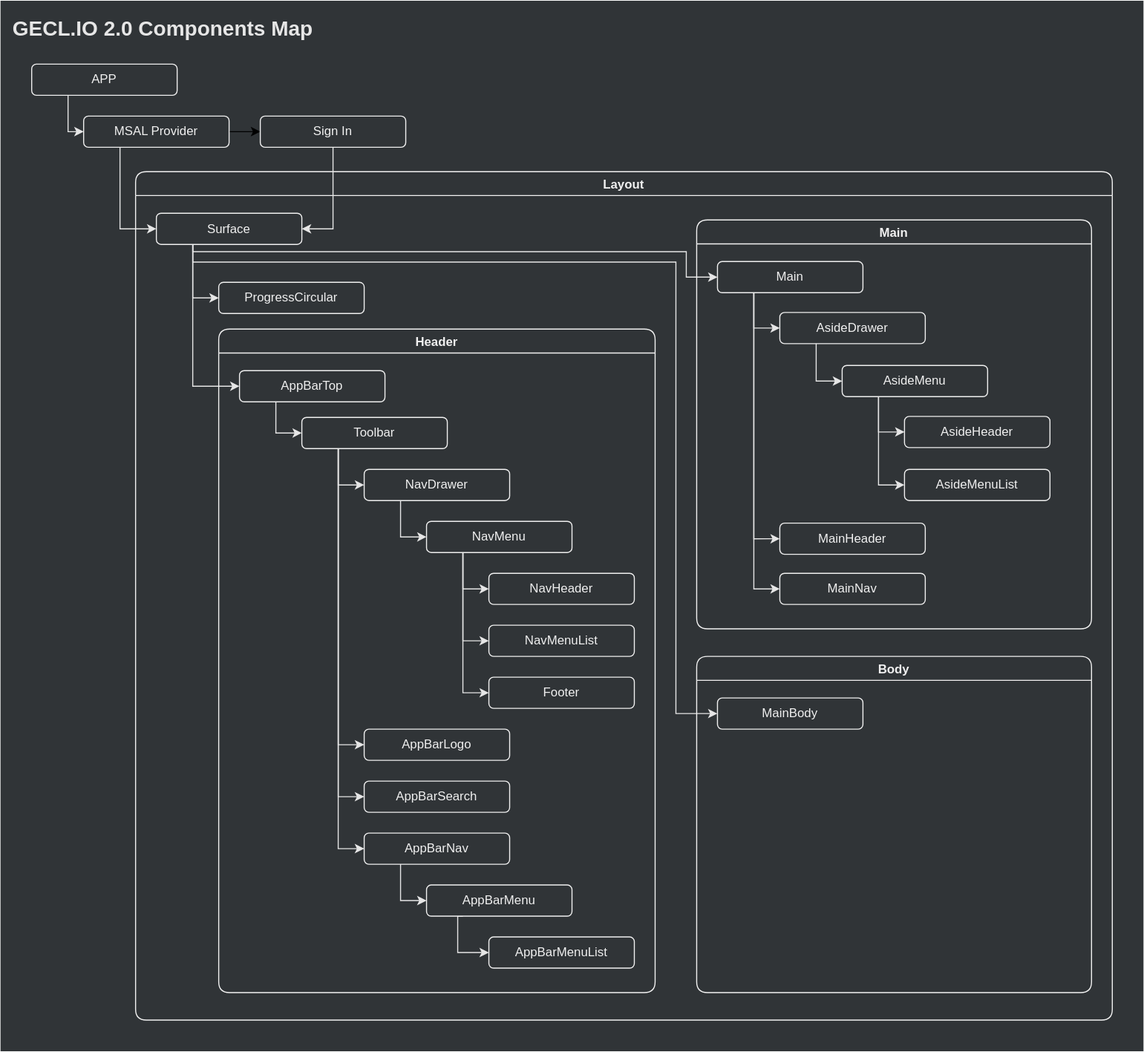
jiholee-ntwglobal/jiholee-ntwglobal.github.io keeps this draw.io diagram as assets/.draw.io/documents/geclio2-components-diagram.svg. Above is the earlier version. Source tidied: cells renumbered, new cells last; positions are measured from the earlier drawing's top-left corner, leaving out a move shared by most shapes.
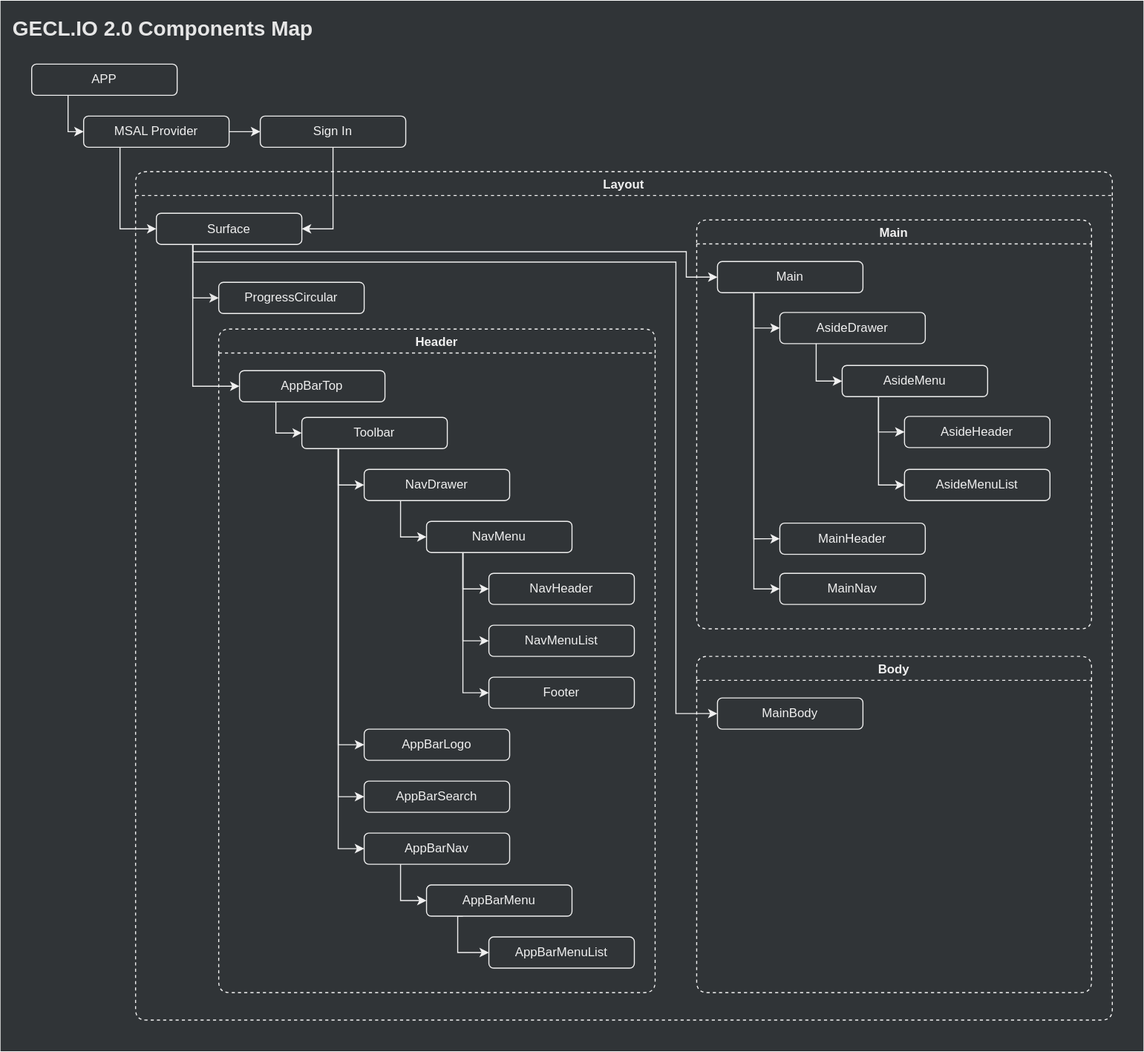
The same file after the commit.

The edit, as a diff of the source:
```diff
@@ -11,3 +11,3 @@
     </mxCell>
-    <mxCell id="5" style="edgeStyle=orthogonalEdgeStyle;rounded=0;jettySize=auto;html=1;exitX=0.25;exitY=1;exitDx=0;exitDy=0;entryX=0;entryY=0.5;entryDx=0;entryDy=0;strokeColor=#E6E6E6;" parent="3" edge="1" source="6" target="9">
+    <mxCell id="5" style="edgeStyle=orthogonalEdgeStyle;rounded=0;jettySize=auto;html=1;exitX=0.25;exitY=1;exitDx=0;exitDy=0;entryX=0;entryY=0.5;entryDx=0;entryDy=0;strokeColor=#F0F0F0;" parent="3" edge="1" source="6" target="9">
       <mxGeometry relative="1" as="geometry">
@@ -18,6 +18,6 @@
     </mxCell>
-    <mxCell id="6" value="APP" style="rounded=1;whiteSpace=wrap;html=1;fontColor=#F0F0F0;strokeColor=#F0F0F0;fillColor=#303437;" parent="3" vertex="1">
+    <mxCell id="6" value="APP" style="rounded=1;whiteSpace=wrap;html=1;fontColor=#F0F0F0;fillColor=#303437;strokeColor=#F0F0F0;" parent="3" vertex="1">
       <mxGeometry x="30" y="61" width="140" height="30" as="geometry" />
     </mxCell>
-    <mxCell id="7" style="edgeStyle=orthogonalEdgeStyle;rounded=0;jettySize=auto;html=1;exitX=0.25;exitY=1;exitDx=0;exitDy=0;entryX=0;entryY=0.5;entryDx=0;entryDy=0;strokeColor=#E6E6E6;" parent="3" edge="1" source="9" target="20">
+    <mxCell id="7" style="edgeStyle=orthogonalEdgeStyle;rounded=0;jettySize=auto;html=1;exitX=0.25;exitY=1;exitDx=0;exitDy=0;entryX=0;entryY=0.5;entryDx=0;entryDy=0;strokeColor=#F0F0F0;" parent="3" edge="1" source="9" target="20">
       <mxGeometry relative="1" as="geometry">
@@ -28,3 +28,3 @@
     </mxCell>
-    <mxCell id="8" style="edgeStyle=orthogonalEdgeStyle;rounded=0;jettySize=auto;html=1;entryX=0;entryY=0.5;entryDx=0;entryDy=0;" parent="3" edge="1" source="9" target="75">
+    <mxCell id="8" style="edgeStyle=orthogonalEdgeStyle;rounded=0;jettySize=auto;html=1;entryX=0;entryY=0.5;entryDx=0;entryDy=0;strokeColor=#F0F0F0;" parent="3" edge="1" source="9" target="75">
       <mxGeometry relative="1" as="geometry" />
@@ -34,3 +34,3 @@
     </mxCell>
-    <mxCell id="10" value="Layout" style="swimlane;rounded=1;fillColor=none;fontColor=#F0F0F0;strokeColor=#F2F2F2;" parent="3" vertex="1">
+    <mxCell id="10" value="Layout" style="swimlane;rounded=1;fillColor=none;fontColor=#F0F0F0;strokeColor=#F2F2F2;dashed=1;" parent="3" vertex="1">
       <mxGeometry x="130" y="164.5" width="940" height="816.5" as="geometry" />
@@ -79,3 +79,3 @@
     </mxCell>
-    <mxCell id="17" style="edgeStyle=orthogonalEdgeStyle;rounded=0;jettySize=auto;html=1;exitX=0.25;exitY=1;exitDx=0;exitDy=0;entryX=0;entryY=0.5;entryDx=0;entryDy=0;strokeColor=#E6E6E6;" parent="10" edge="1" source="20" target="28">
+    <mxCell id="17" style="edgeStyle=orthogonalEdgeStyle;rounded=0;jettySize=auto;html=1;exitX=0.25;exitY=1;exitDx=0;exitDy=0;entryX=0;entryY=0.5;entryDx=0;entryDy=0;strokeColor=#F0F0F0;" parent="10" edge="1" source="20" target="28">
       <mxGeometry relative="1" as="geometry">
@@ -86,3 +86,3 @@
     </mxCell>
-    <mxCell id="18" style="edgeStyle=orthogonalEdgeStyle;rounded=0;jettySize=auto;html=1;exitX=0.25;exitY=1;exitDx=0;exitDy=0;entryX=0;entryY=0.5;entryDx=0;entryDy=0;strokeColor=#E6E6E6;" parent="10" edge="1" source="20" target="56">
+    <mxCell id="18" style="edgeStyle=orthogonalEdgeStyle;rounded=0;jettySize=auto;html=1;exitX=0.25;exitY=1;exitDx=0;exitDy=0;entryX=0;entryY=0.5;entryDx=0;entryDy=0;strokeColor=#F0F0F0;" parent="10" edge="1" source="20" target="56">
       <mxGeometry relative="1" as="geometry">
@@ -95,3 +95,3 @@
     </mxCell>
-    <mxCell id="19" style="edgeStyle=orthogonalEdgeStyle;rounded=0;jettySize=auto;html=1;exitX=0.25;exitY=1;exitDx=0;exitDy=0;entryX=0;entryY=0.5;entryDx=0;entryDy=0;strokeColor=#E6E6E6;" parent="10" edge="1" source="20" target="70">
+    <mxCell id="19" style="edgeStyle=orthogonalEdgeStyle;rounded=0;jettySize=auto;html=1;exitX=0.25;exitY=1;exitDx=0;exitDy=0;entryX=0;entryY=0.5;entryDx=0;entryDy=0;strokeColor=#F0F0F0;" parent="10" edge="1" source="20" target="70">
       <mxGeometry relative="1" as="geometry">
@@ -110,3 +110,3 @@
     </mxCell>
-    <mxCell id="22" value="Header" style="swimlane;rounded=1;fillColor=none;fontColor=#F0F0F0;strokeColor=#F2F2F2;" parent="10" vertex="1">
+    <mxCell id="22" value="Header" style="swimlane;rounded=1;fillColor=none;fontColor=#F0F0F0;strokeColor=#F2F2F2;dashed=1;" parent="10" vertex="1">
       <mxGeometry x="80" y="151.5" width="420" height="638.5" as="geometry" />
@@ -131,3 +131,3 @@
     </mxCell>
-    <mxCell id="26" style="edgeStyle=orthogonalEdgeStyle;rounded=0;jettySize=auto;html=1;exitX=0.25;exitY=1;exitDx=0;exitDy=0;entryX=0;entryY=0.5;entryDx=0;entryDy=0;strokeColor=#E6E6E6;" parent="22" edge="1" source="28" target="32">
+    <mxCell id="26" style="edgeStyle=orthogonalEdgeStyle;rounded=0;jettySize=auto;html=1;exitX=0.25;exitY=1;exitDx=0;exitDy=0;entryX=0;entryY=0.5;entryDx=0;entryDy=0;strokeColor=#F0F0F0;" parent="22" edge="1" source="28" target="32">
       <mxGeometry relative="1" as="geometry">
@@ -138,3 +138,3 @@
     </mxCell>
-    <mxCell id="27" style="edgeStyle=orthogonalEdgeStyle;rounded=0;jettySize=auto;html=1;exitX=0.25;exitY=1;exitDx=0;exitDy=0;entryX=0;entryY=0.5;entryDx=0;entryDy=0;strokeColor=#E6E6E6;" parent="22" edge="1" source="32" target="33">
+    <mxCell id="27" style="edgeStyle=orthogonalEdgeStyle;rounded=0;jettySize=auto;html=1;exitX=0.25;exitY=1;exitDx=0;exitDy=0;entryX=0;entryY=0.5;entryDx=0;entryDy=0;strokeColor=#F0F0F0;" parent="22" edge="1" source="32" target="33">
       <mxGeometry relative="1" as="geometry">
@@ -148,9 +148,9 @@
     </mxCell>
-    <mxCell id="29" style="edgeStyle=orthogonalEdgeStyle;rounded=0;jettySize=auto;html=1;exitX=0.25;exitY=1;exitDx=0;exitDy=0;entryX=0;entryY=0.5;entryDx=0;entryDy=0;strokeColor=#E6E6E6;" parent="22" edge="1" source="32" target="36">
+    <mxCell id="29" style="edgeStyle=orthogonalEdgeStyle;rounded=0;jettySize=auto;html=1;exitX=0.25;exitY=1;exitDx=0;exitDy=0;entryX=0;entryY=0.5;entryDx=0;entryDy=0;strokeColor=#F0F0F0;" parent="22" edge="1" source="32" target="36">
       <mxGeometry relative="1" as="geometry" />
     </mxCell>
-    <mxCell id="30" style="edgeStyle=orthogonalEdgeStyle;rounded=0;jettySize=auto;html=1;exitX=0.25;exitY=1;exitDx=0;exitDy=0;entryX=0;entryY=0.5;entryDx=0;entryDy=0;strokeColor=#E6E6E6;" parent="22" edge="1" source="32" target="34">
+    <mxCell id="30" style="edgeStyle=orthogonalEdgeStyle;rounded=0;jettySize=auto;html=1;exitX=0.25;exitY=1;exitDx=0;exitDy=0;entryX=0;entryY=0.5;entryDx=0;entryDy=0;strokeColor=#F0F0F0;" parent="22" edge="1" source="32" target="34">
       <mxGeometry relative="1" as="geometry" />
     </mxCell>
-    <mxCell id="31" style="edgeStyle=orthogonalEdgeStyle;rounded=0;jettySize=auto;html=1;exitX=0.25;exitY=1;exitDx=0;exitDy=0;entryX=0;entryY=0.5;entryDx=0;entryDy=0;strokeColor=#E6E6E6;" parent="22" edge="1" source="32" target="40">
+    <mxCell id="31" style="edgeStyle=orthogonalEdgeStyle;rounded=0;jettySize=auto;html=1;exitX=0.25;exitY=1;exitDx=0;exitDy=0;entryX=0;entryY=0.5;entryDx=0;entryDy=0;strokeColor=#F0F0F0;" parent="22" edge="1" source="32" target="40">
       <mxGeometry relative="1" as="geometry" />
@@ -166,3 +166,3 @@
     </mxCell>
-    <mxCell id="35" style="edgeStyle=orthogonalEdgeStyle;rounded=0;jettySize=auto;html=1;exitX=0.25;exitY=1;exitDx=0;exitDy=0;entryX=0;entryY=0.5;entryDx=0;entryDy=0;strokeColor=#E6E6E6;" parent="22" edge="1" source="36" target="38">
+    <mxCell id="35" style="edgeStyle=orthogonalEdgeStyle;rounded=0;jettySize=auto;html=1;exitX=0.25;exitY=1;exitDx=0;exitDy=0;entryX=0;entryY=0.5;entryDx=0;entryDy=0;strokeColor=#F0F0F0;" parent="22" edge="1" source="36" target="38">
       <mxGeometry relative="1" as="geometry">
@@ -176,3 +176,3 @@
     </mxCell>
-    <mxCell id="37" style="edgeStyle=orthogonalEdgeStyle;rounded=0;jettySize=auto;html=1;exitX=0.25;exitY=1;exitDx=0;exitDy=0;entryX=0;entryY=0.5;entryDx=0;entryDy=0;strokeColor=#E6E6E6;" parent="22" edge="1" source="38" target="48">
+    <mxCell id="37" style="edgeStyle=orthogonalEdgeStyle;rounded=0;jettySize=auto;html=1;exitX=0.25;exitY=1;exitDx=0;exitDy=0;entryX=0;entryY=0.5;entryDx=0;entryDy=0;strokeColor=#F0F0F0;" parent="22" edge="1" source="38" target="48">
       <mxGeometry relative="1" as="geometry">
@@ -187,3 +187,3 @@
     </mxCell>
-    <mxCell id="39" style="edgeStyle=orthogonalEdgeStyle;rounded=0;jettySize=auto;html=1;exitX=0.25;exitY=1;exitDx=0;exitDy=0;entryX=0;entryY=0.5;entryDx=0;entryDy=0;strokeColor=#E6E6E6;" parent="22" edge="1" source="40" target="44">
+    <mxCell id="39" style="edgeStyle=orthogonalEdgeStyle;rounded=0;jettySize=auto;html=1;exitX=0.25;exitY=1;exitDx=0;exitDy=0;entryX=0;entryY=0.5;entryDx=0;entryDy=0;strokeColor=#F0F0F0;" parent="22" edge="1" source="40" target="44">
       <mxGeometry relative="1" as="geometry" />
@@ -193,9 +193,9 @@
     </mxCell>
-    <mxCell id="41" style="edgeStyle=orthogonalEdgeStyle;rounded=0;jettySize=auto;html=1;exitX=0.25;exitY=1;exitDx=0;exitDy=0;entryX=0;entryY=0.5;entryDx=0;entryDy=0;strokeColor=#E6E6E6;" parent="22" edge="1" source="44" target="45">
+    <mxCell id="41" style="edgeStyle=orthogonalEdgeStyle;rounded=0;jettySize=auto;html=1;exitX=0.25;exitY=1;exitDx=0;exitDy=0;entryX=0;entryY=0.5;entryDx=0;entryDy=0;strokeColor=#F0F0F0;" parent="22" edge="1" source="44" target="45">
       <mxGeometry relative="1" as="geometry" />
     </mxCell>
-    <mxCell id="42" style="edgeStyle=orthogonalEdgeStyle;rounded=0;jettySize=auto;html=1;exitX=0.25;exitY=1;exitDx=0;exitDy=0;entryX=0;entryY=0.5;entryDx=0;entryDy=0;strokeColor=#E6E6E6;" parent="22" edge="1" source="44" target="46">
+    <mxCell id="42" style="edgeStyle=orthogonalEdgeStyle;rounded=0;jettySize=auto;html=1;exitX=0.25;exitY=1;exitDx=0;exitDy=0;entryX=0;entryY=0.5;entryDx=0;entryDy=0;strokeColor=#F0F0F0;" parent="22" edge="1" source="44" target="46">
       <mxGeometry relative="1" as="geometry" />
     </mxCell>
-    <mxCell id="43" style="edgeStyle=orthogonalEdgeStyle;rounded=0;jettySize=auto;html=1;exitX=0.25;exitY=1;exitDx=0;exitDy=0;entryX=0;entryY=0.5;entryDx=0;entryDy=0;strokeColor=#E6E6E6;" parent="22" edge="1" source="44" target="47">
+    <mxCell id="43" style="edgeStyle=orthogonalEdgeStyle;rounded=0;jettySize=auto;html=1;exitX=0.25;exitY=1;exitDx=0;exitDy=0;entryX=0;entryY=0.5;entryDx=0;entryDy=0;strokeColor=#F0F0F0;" parent="22" edge="1" source="44" target="47">
       <mxGeometry relative="1" as="geometry" />
@@ -217,3 +217,3 @@
     </mxCell>
-    <mxCell id="49" value="Main" style="swimlane;rounded=1;fillColor=none;fontColor=#F0F0F0;strokeColor=#F2F2F2;" parent="10" vertex="1">
+    <mxCell id="49" value="Main" style="swimlane;rounded=1;fillColor=none;fontColor=#F0F0F0;strokeColor=#F2F2F2;dashed=1;" parent="10" vertex="1">
       <mxGeometry x="540" y="46.5" width="380" height="393.5" as="geometry" />
@@ -238,3 +238,3 @@
     </mxCell>
-    <mxCell id="53" style="edgeStyle=orthogonalEdgeStyle;rounded=0;jettySize=auto;html=1;exitX=0.25;exitY=1;exitDx=0;exitDy=0;entryX=0;entryY=0.5;entryDx=0;entryDy=0;strokeColor=#E6E6E6;" parent="49" edge="1" source="56" target="58">
+    <mxCell id="53" style="edgeStyle=orthogonalEdgeStyle;rounded=0;jettySize=auto;html=1;exitX=0.25;exitY=1;exitDx=0;exitDy=0;entryX=0;entryY=0.5;entryDx=0;entryDy=0;strokeColor=#F0F0F0;" parent="49" edge="1" source="56" target="58">
       <mxGeometry relative="1" as="geometry">
@@ -245,3 +245,3 @@
     </mxCell>
-    <mxCell id="54" style="edgeStyle=orthogonalEdgeStyle;rounded=0;jettySize=auto;html=1;exitX=0.25;exitY=1;exitDx=0;exitDy=0;entryX=0;entryY=0.5;entryDx=0;entryDy=0;strokeColor=#E6E6E6;" parent="49" edge="1" source="56" target="59">
+    <mxCell id="54" style="edgeStyle=orthogonalEdgeStyle;rounded=0;jettySize=auto;html=1;exitX=0.25;exitY=1;exitDx=0;exitDy=0;entryX=0;entryY=0.5;entryDx=0;entryDy=0;strokeColor=#F0F0F0;" parent="49" edge="1" source="56" target="59">
       <mxGeometry relative="1" as="geometry">
@@ -252,3 +252,3 @@
     </mxCell>
-    <mxCell id="55" style="edgeStyle=orthogonalEdgeStyle;rounded=0;jettySize=auto;html=1;exitX=0.25;exitY=1;exitDx=0;exitDy=0;entryX=0;entryY=0.5;entryDx=0;entryDy=0;strokeColor=#E6E6E6;" parent="49" edge="1" source="56" target="65">
+    <mxCell id="55" style="edgeStyle=orthogonalEdgeStyle;rounded=0;jettySize=auto;html=1;exitX=0.25;exitY=1;exitDx=0;exitDy=0;entryX=0;entryY=0.5;entryDx=0;entryDy=0;strokeColor=#F0F0F0;" parent="49" edge="1" source="56" target="65">
       <mxGeometry relative="1" as="geometry" />
@@ -258,3 +258,3 @@
     </mxCell>
-    <mxCell id="57" style="edgeStyle=orthogonalEdgeStyle;rounded=0;jettySize=auto;html=1;exitX=0.25;exitY=1;exitDx=0;exitDy=0;entryX=0;entryY=0.5;entryDx=0;entryDy=0;strokeColor=#E6E6E6;" parent="49" edge="1" source="58" target="62">
+    <mxCell id="57" style="edgeStyle=orthogonalEdgeStyle;rounded=0;jettySize=auto;html=1;exitX=0.25;exitY=1;exitDx=0;exitDy=0;entryX=0;entryY=0.5;entryDx=0;entryDy=0;strokeColor=#F0F0F0;" parent="49" edge="1" source="58" target="62">
       <mxGeometry relative="1" as="geometry" />
@@ -267,6 +267,6 @@
     </mxCell>
-    <mxCell id="60" style="edgeStyle=orthogonalEdgeStyle;rounded=0;jettySize=auto;html=1;exitX=0.25;exitY=1;exitDx=0;exitDy=0;entryX=0;entryY=0.5;entryDx=0;entryDy=0;strokeColor=#E6E6E6;" parent="49" edge="1" source="62" target="63">
+    <mxCell id="60" style="edgeStyle=orthogonalEdgeStyle;rounded=0;jettySize=auto;html=1;exitX=0.25;exitY=1;exitDx=0;exitDy=0;entryX=0;entryY=0.5;entryDx=0;entryDy=0;strokeColor=#F0F0F0;" parent="49" edge="1" source="62" target="63">
       <mxGeometry relative="1" as="geometry" />
     </mxCell>
-    <mxCell id="61" style="edgeStyle=orthogonalEdgeStyle;rounded=0;jettySize=auto;html=1;exitX=0.25;exitY=1;exitDx=0;exitDy=0;entryX=0;entryY=0.5;entryDx=0;entryDy=0;strokeColor=#E6E6E6;" parent="49" edge="1" source="62" target="64">
+    <mxCell id="61" style="edgeStyle=orthogonalEdgeStyle;rounded=0;jettySize=auto;html=1;exitX=0.25;exitY=1;exitDx=0;exitDy=0;entryX=0;entryY=0.5;entryDx=0;entryDy=0;strokeColor=#F0F0F0;" parent="49" edge="1" source="62" target="64">
       <mxGeometry relative="1" as="geometry" />
@@ -285,3 +285,3 @@
     </mxCell>
-    <mxCell id="66" value="Body" style="swimlane;rounded=1;fillColor=none;fontColor=#F0F0F0;strokeColor=#F2F2F2;" parent="10" vertex="1">
+    <mxCell id="66" value="Body" style="swimlane;rounded=1;fillColor=none;fontColor=#F0F0F0;strokeColor=#F2F2F2;dashed=1;" parent="10" vertex="1">
       <mxGeometry x="540" y="466.5" width="380" height="323.5" as="geometry" />
@@ -324,3 +324,3 @@
     </mxCell>
-    <mxCell id="74" style="edgeStyle=orthogonalEdgeStyle;rounded=0;jettySize=auto;html=1;entryX=1;entryY=0.5;entryDx=0;entryDy=0;strokeColor=#E6E6E6;" parent="3" edge="1" source="75" target="20">
+    <mxCell id="74" style="edgeStyle=orthogonalEdgeStyle;rounded=0;jettySize=auto;html=1;entryX=1;entryY=0.5;entryDx=0;entryDy=0;strokeColor=#F0F0F0;" parent="3" edge="1" source="75" target="20">
       <mxGeometry relative="1" as="geometry" />
```
